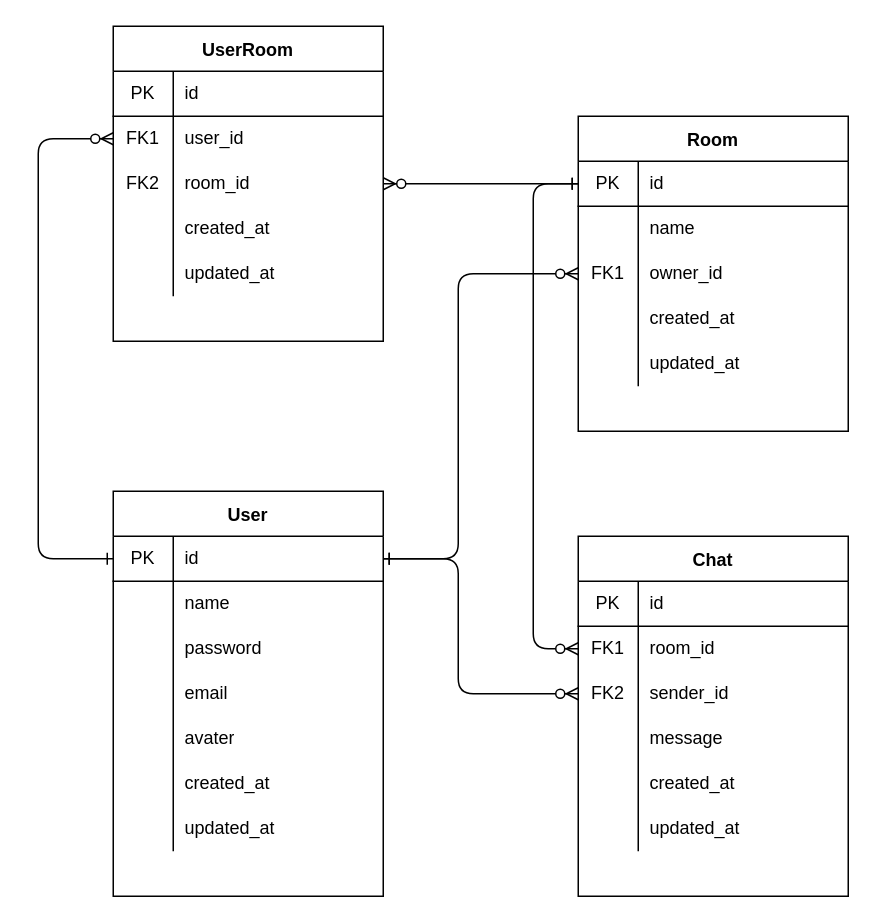
Earlier version of the draw.io diagram docs/db.dio (RIFT-tokyo/auth-chat). Source tidied: cells renumbered, new cells numbered last; positions are measured from the earlier drawing's top-left corner, leaving out a move shared by most shapes. Both pictures are drawn from the tidied source at 150%, with x=0, y=0 at pixel (38, 26).
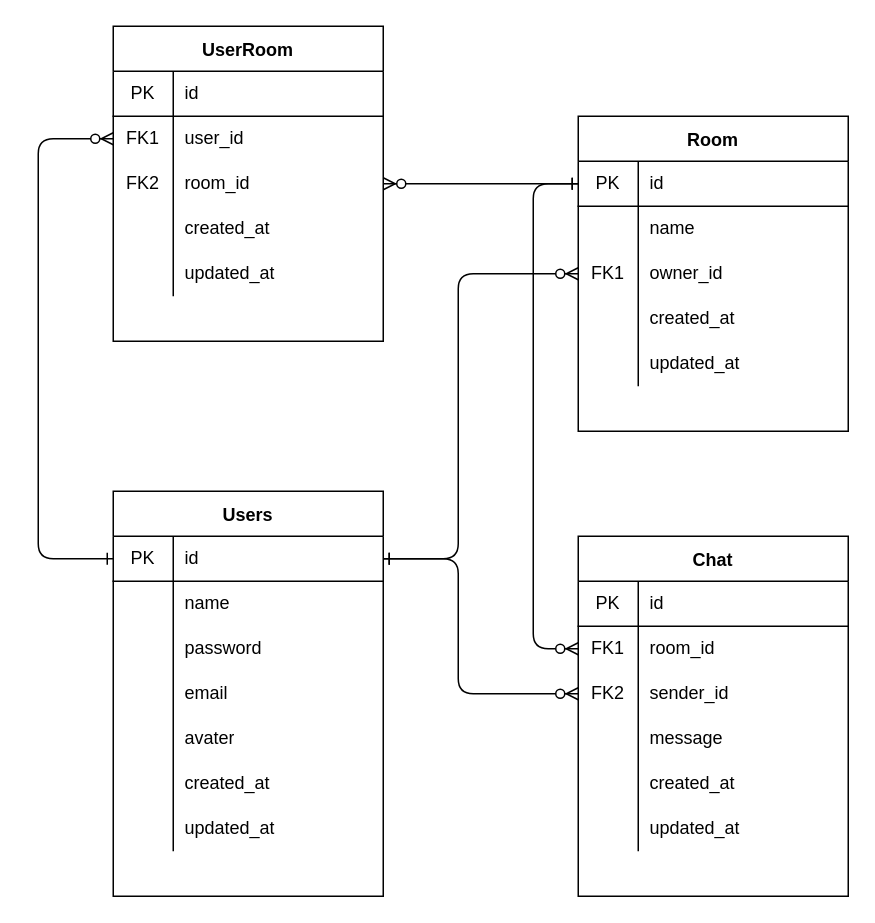
Above is the later version.

Commit message (it also covers changes not shown here):
refactor: Rename User to Users

What changed in the source:
```diff
@@
-    <mxCell id="2" value="User" style="shape=table;startSize=30;childLayout=tableLayout;rowLines=0;fontStyle=1;align=center;" parent="1" vertex="1">
+    <mxCell id="2" value="Users" style="shape=table;startSize=30;childLayout=tableLayout;rowLines=0;fontStyle=1;align=center;" parent="1" vertex="1">
       <mxGeometry x="50" y="310" width="180" height="270" as="geometry" />
     </mxCell>
```
